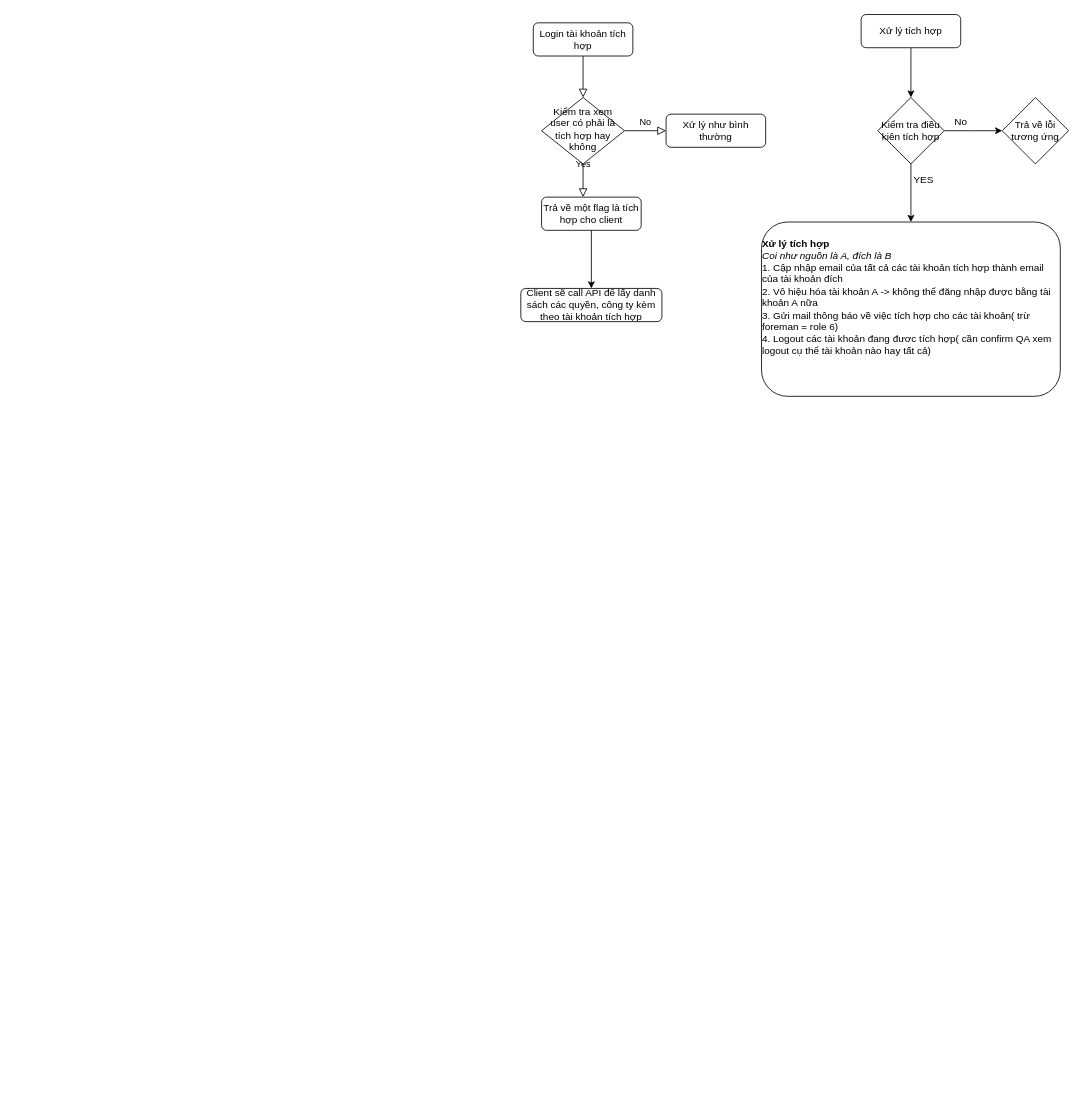
Above: Untitled Diagram.drawio in hoangpn256/diagram (draw.io), before the change. Source tidied: cells renumbered, new cells numbered last; positions are measured from the earlier drawing's top-left corner, leaving out a move shared by most shapes. Both pictures are drawn from the tidied source at 83%, with x=0, y=0 at pixel (520, 14).
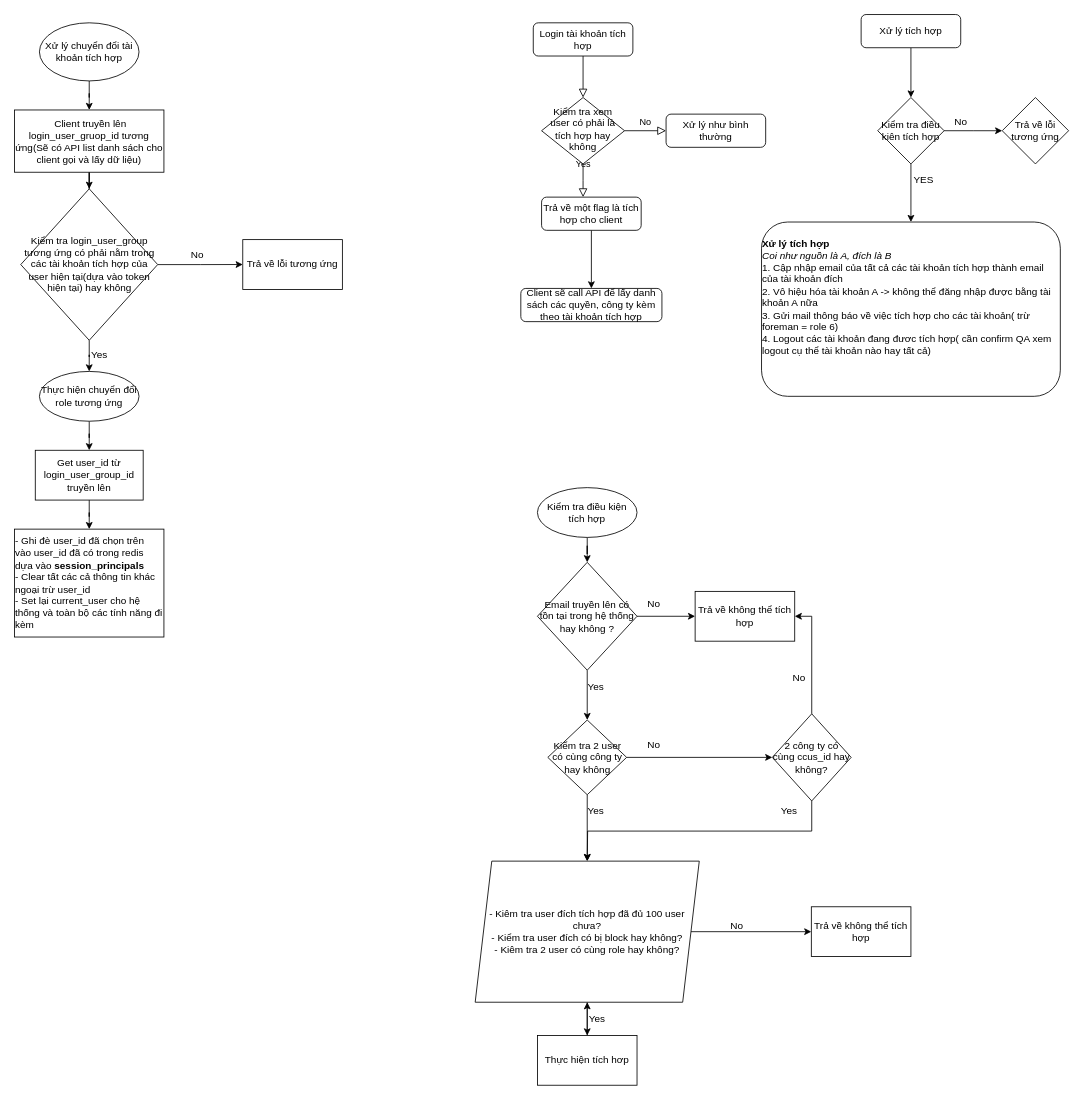
Above is the later version.

Diff of the diagram source:
```diff
@@
+    <mxCell id="20" style="edgeStyle=orthogonalEdgeStyle;rounded=0;jettySize=auto;html=1;exitX=1;exitY=0.5;exitDx=0;exitDy=0;entryX=0;entryY=0.5;entryDx=0;entryDy=0;" parent="1" edge="1" source="22" target="23">
+      <mxGeometry relative="1" as="geometry" />
+    </mxCell>
+    <mxCell id="21" style="edgeStyle=orthogonalEdgeStyle;rounded=0;jettySize=auto;html=1;exitX=0.5;exitY=1;exitDx=0;exitDy=0;entryX=0.5;entryY=0;entryDx=0;entryDy=0;" parent="1" edge="1" source="22" target="31">
+      <mxGeometry relative="1" as="geometry" />
+    </mxCell>
+    <mxCell id="22" value="Email truyền lên có tồn tại trong hệ thống hay không ?" style="rhombus;whiteSpace=wrap;html=1;" parent="1" vertex="1">
+      <mxGeometry x="20" y="660" width="120" height="130" as="geometry" />
+    </mxCell>
+    <mxCell id="23" value="Trả về không thể tích hợp" style="rounded=0;whiteSpace=wrap;html=1;" parent="1" vertex="1">
+      <mxGeometry x="210" y="695" width="120" height="60" as="geometry" />
+    </mxCell>
+    <mxCell id="24" value="No" style="text;html=1;align=center;verticalAlign=middle;strokeColor=none;" parent="1" vertex="1">
+      <mxGeometry x="145" y="700" width="30" height="20" as="geometry" />
+    </mxCell>
+    <mxCell id="25" value="Yes" style="text;html=1;align=center;verticalAlign=middle;strokeColor=none;" parent="1" vertex="1">
+      <mxGeometry x="70" y="800" width="40" height="20" as="geometry" />
+    </mxCell>
+    <mxCell id="26" style="edgeStyle=orthogonalEdgeStyle;rounded=0;jettySize=auto;html=1;exitX=1;exitY=0.5;exitDx=0;exitDy=0;entryX=0;entryY=0.5;entryDx=0;entryDy=0;" parent="1" edge="1" source="28" target="39">
+      <mxGeometry relative="1" as="geometry" />
+    </mxCell>
+    <mxCell id="27" style="edgeStyle=orthogonalEdgeStyle;rounded=0;jettySize=auto;html=1;" parent="1" edge="1" source="28" target="42">
+      <mxGeometry relative="1" as="geometry" />
+    </mxCell>
+    <mxCell id="28" value="- Kiêm tra user đích tích hợp đã đủ 100 user chưa?&lt;br&gt;- Kiểm tra user đích có bị block hay không?&lt;br&gt;- Kiêm tra 2 user có cùng role hay không?" style="shape=parallelogram;perimeter=parallelogramPerimeter;whiteSpace=wrap;html=1;fixedSize=1;" parent="1" vertex="1">
+      <mxGeometry x="-55" y="1020" width="270" height="170" as="geometry" />
+    </mxCell>
+    <mxCell id="29" style="edgeStyle=orthogonalEdgeStyle;rounded=0;jettySize=auto;html=1;exitX=1;exitY=0.5;exitDx=0;exitDy=0;entryX=0;entryY=0.5;entryDx=0;entryDy=0;" parent="1" edge="1" source="31" target="34">
+      <mxGeometry relative="1" as="geometry" />
+    </mxCell>
+    <mxCell id="30" style="edgeStyle=orthogonalEdgeStyle;rounded=0;jettySize=auto;html=1;exitX=0.5;exitY=1;exitDx=0;exitDy=0;entryX=0.5;entryY=0;entryDx=0;entryDy=0;" parent="1" edge="1" source="31" target="28">
+      <mxGeometry relative="1" as="geometry" />
+    </mxCell>
+    <mxCell id="31" value="Kiểm tra 2 user có cùng công ty hay không" style="rhombus;whiteSpace=wrap;html=1;" parent="1" vertex="1">
+      <mxGeometry x="32.5" y="850" width="95" height="90" as="geometry" />
+    </mxCell>
+    <mxCell id="32" style="edgeStyle=orthogonalEdgeStyle;rounded=0;jettySize=auto;html=1;entryX=1;entryY=0.5;entryDx=0;entryDy=0;" parent="1" edge="1" source="34" target="23">
+      <mxGeometry relative="1" as="geometry" />
+    </mxCell>
+    <mxCell id="33" style="edgeStyle=orthogonalEdgeStyle;rounded=0;jettySize=auto;html=1;exitX=0.5;exitY=1;exitDx=0;exitDy=0;" parent="1" edge="1" source="34">
+      <mxGeometry relative="1" as="geometry">
+        <mxPoint x="80" y="1020" as="targetPoint" />
+      </mxGeometry>
+    </mxCell>
+    <mxCell id="34" value="2 công ty có cùng ccus_id hay không?" style="rhombus;whiteSpace=wrap;html=1;" parent="1" vertex="1">
+      <mxGeometry x="303" y="842.5" width="95" height="105" as="geometry" />
+    </mxCell>
+    <mxCell id="35" value="No" style="text;html=1;align=center;verticalAlign=middle;strokeColor=none;" parent="1" vertex="1">
+      <mxGeometry x="145" y="870" width="30" height="20" as="geometry" />
+    </mxCell>
+    <mxCell id="36" value="No" style="text;html=1;align=center;verticalAlign=middle;strokeColor=none;" parent="1" vertex="1">
+      <mxGeometry x="320" y="790" width="30" height="20" as="geometry" />
+    </mxCell>
+    <mxCell id="37" value="Yes" style="text;html=1;align=center;verticalAlign=middle;strokeColor=none;" parent="1" vertex="1">
+      <mxGeometry x="70" y="950" width="40" height="20" as="geometry" />
+    </mxCell>
+    <mxCell id="38" value="Yes" style="text;html=1;align=center;verticalAlign=middle;strokeColor=none;" parent="1" vertex="1">
+      <mxGeometry x="303" y="950" width="40" height="20" as="geometry" />
+    </mxCell>
+    <mxCell id="39" value="Trả về không thể tích hợp" style="rounded=0;whiteSpace=wrap;html=1;" parent="1" vertex="1">
+      <mxGeometry x="350" y="1075" width="120" height="60" as="geometry" />
+    </mxCell>
+    <mxCell id="40" value="No" style="text;html=1;align=center;verticalAlign=middle;strokeColor=none;" parent="1" vertex="1">
+      <mxGeometry x="245" y="1088" width="30" height="20" as="geometry" />
+    </mxCell>
+    <mxCell id="41" style="edgeStyle=orthogonalEdgeStyle;rounded=0;jettySize=auto;html=1;" parent="1" edge="1" source="42" target="28">
+      <mxGeometry relative="1" as="geometry" />
+    </mxCell>
+    <mxCell id="42" value="Thực hiện tích hơp" style="whiteSpace=wrap;html=1;" parent="1" vertex="1">
+      <mxGeometry x="20" y="1230" width="120" height="60" as="geometry" />
+    </mxCell>
+    <mxCell id="43" style="edgeStyle=orthogonalEdgeStyle;rounded=0;jettySize=auto;html=1;entryX=0.5;entryY=0;entryDx=0;entryDy=0;" parent="1" edge="1" source="44" target="22">
+      <mxGeometry relative="1" as="geometry" />
+    </mxCell>
+    <mxCell id="44" value="Kiểm tra điều kiện tích hợp" style="ellipse;whiteSpace=wrap;html=1;" parent="1" vertex="1">
+      <mxGeometry x="20" y="570" width="120" height="60" as="geometry" />
+    </mxCell>
+    <mxCell id="45" value="&amp;nbsp;Yes" style="text;html=1;align=center;verticalAlign=middle;strokeColor=none;" parent="1" vertex="1">
+      <mxGeometry x="70" y="1200" width="40" height="20" as="geometry" />
+    </mxCell>
+    <mxCell id="46" style="edgeStyle=orthogonalEdgeStyle;rounded=0;jettySize=auto;html=1;" parent="1" edge="1" source="47" target="49">
+      <mxGeometry relative="1" as="geometry" />
+    </mxCell>
+    <mxCell id="47" value="Xử lý chuyển đổi tài khoản tích hợp" style="ellipse;whiteSpace=wrap;html=1;" parent="1" vertex="1">
+      <mxGeometry x="-580" y="10" width="120" height="70" as="geometry" />
+    </mxCell>
+    <mxCell id="48" style="edgeStyle=orthogonalEdgeStyle;rounded=0;jettySize=auto;html=1;" parent="1" edge="1" source="49" target="52">
+      <mxGeometry relative="1" as="geometry" />
+    </mxCell>
+    <mxCell id="49" value="&amp;nbsp;Client truyền lên login_user_gruop_id tương ứng(Sẽ có API list danh sách cho client gọi và lấy dữ liệu)" style="whiteSpace=wrap;html=1;" parent="1" vertex="1">
+      <mxGeometry x="-610" y="115" width="180" height="75" as="geometry" />
+    </mxCell>
+    <mxCell id="50" style="edgeStyle=orthogonalEdgeStyle;rounded=0;jettySize=auto;html=1;" parent="1" edge="1" source="52" target="53">
+      <mxGeometry relative="1" as="geometry" />
+    </mxCell>
+    <mxCell id="51" style="edgeStyle=orthogonalEdgeStyle;rounded=0;jettySize=auto;html=1;" parent="1" edge="1" source="52" target="56">
+      <mxGeometry relative="1" as="geometry" />
+    </mxCell>
+    <mxCell id="52" value="Kiểm tra login_user_group tương ứng có phải nằm trong các tài khoản tích hợp của user hiện tại(dựa vào token hiện tại) hay không" style="rhombus;whiteSpace=wrap;html=1;" parent="1" vertex="1">
+      <mxGeometry x="-602.5" y="210" width="165" height="182.5" as="geometry" />
+    </mxCell>
+    <mxCell id="53" value="Trả về lỗi tương ứng" style="whiteSpace=wrap;html=1;" parent="1" vertex="1">
+      <mxGeometry x="-335" y="271.2" width="120" height="60" as="geometry" />
+    </mxCell>
+    <mxCell id="54" value="No" style="text;html=1;align=center;verticalAlign=middle;strokeColor=none;" parent="1" vertex="1">
+      <mxGeometry x="-405" y="280" width="30" height="20" as="geometry" />
+    </mxCell>
+    <mxCell id="55" style="edgeStyle=orthogonalEdgeStyle;rounded=0;jettySize=auto;html=1;" parent="1" edge="1" source="56" target="58">
+      <mxGeometry relative="1" as="geometry" />
+    </mxCell>
+    <mxCell id="56" value="Thực hiện chuyển đổi role tương ứng" style="ellipse;whiteSpace=wrap;html=1;" parent="1" vertex="1">
+      <mxGeometry x="-580" y="430" width="120" height="60" as="geometry" />
+    </mxCell>
+    <mxCell id="57" style="edgeStyle=orthogonalEdgeStyle;rounded=0;jettySize=auto;html=1;" parent="1" edge="1" source="58" target="60">
+      <mxGeometry relative="1" as="geometry" />
+    </mxCell>
+    <mxCell id="58" value="Get user_id từ login_user_group_id truyền lên" style="whiteSpace=wrap;html=1;" parent="1" vertex="1">
+      <mxGeometry x="-585" y="525" width="130" height="60" as="geometry" />
+    </mxCell>
+    <mxCell id="59" value="Yes" style="text;html=1;align=center;verticalAlign=middle;strokeColor=none;" parent="1" vertex="1">
+      <mxGeometry x="-528" y="400" width="40" height="20" as="geometry" />
+    </mxCell>
+    <mxCell id="60" value="&lt;div style=&quot;text-align: left&quot;&gt;- Ghi đè user_id đã chọn trên vào user_id đã có trong redis dựa vào &lt;b&gt;session_principals&lt;/b&gt;&lt;/div&gt;&lt;div style=&quot;text-align: left&quot;&gt;&lt;span&gt;- Clear tất các cả thông tin khác ngoại trừ user_id&lt;/span&gt;&lt;/div&gt;&lt;div style=&quot;text-align: left&quot;&gt;&lt;span&gt;- Set lại current_user cho hệ thống và toàn bộ các tính năng đi kèm&lt;/span&gt;&lt;/div&gt;" style="whiteSpace=wrap;html=1;" parent="1" vertex="1">
+      <mxGeometry x="-610" y="620" width="180" height="130" as="geometry" />
+    </mxCell>
```
